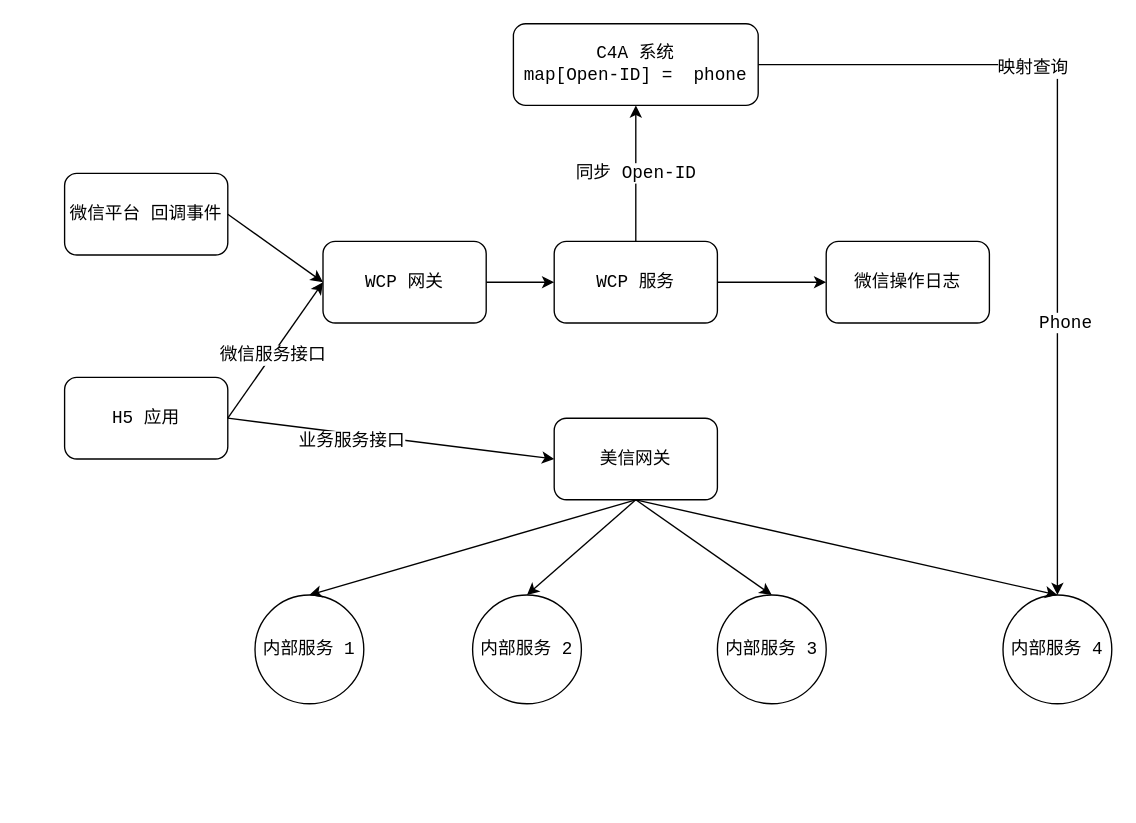
This is ai.drawio from ming3000/draw_io, a draw.io file, before an edit. Source tidied: cells renumbered, new cells numbered last; positions are measured from the earlier drawing's top-left corner, leaving out a move shared by most shapes. Both pictures are drawn from the tidied source at 136%, with x=0, y=0 at pixel (64, 23).
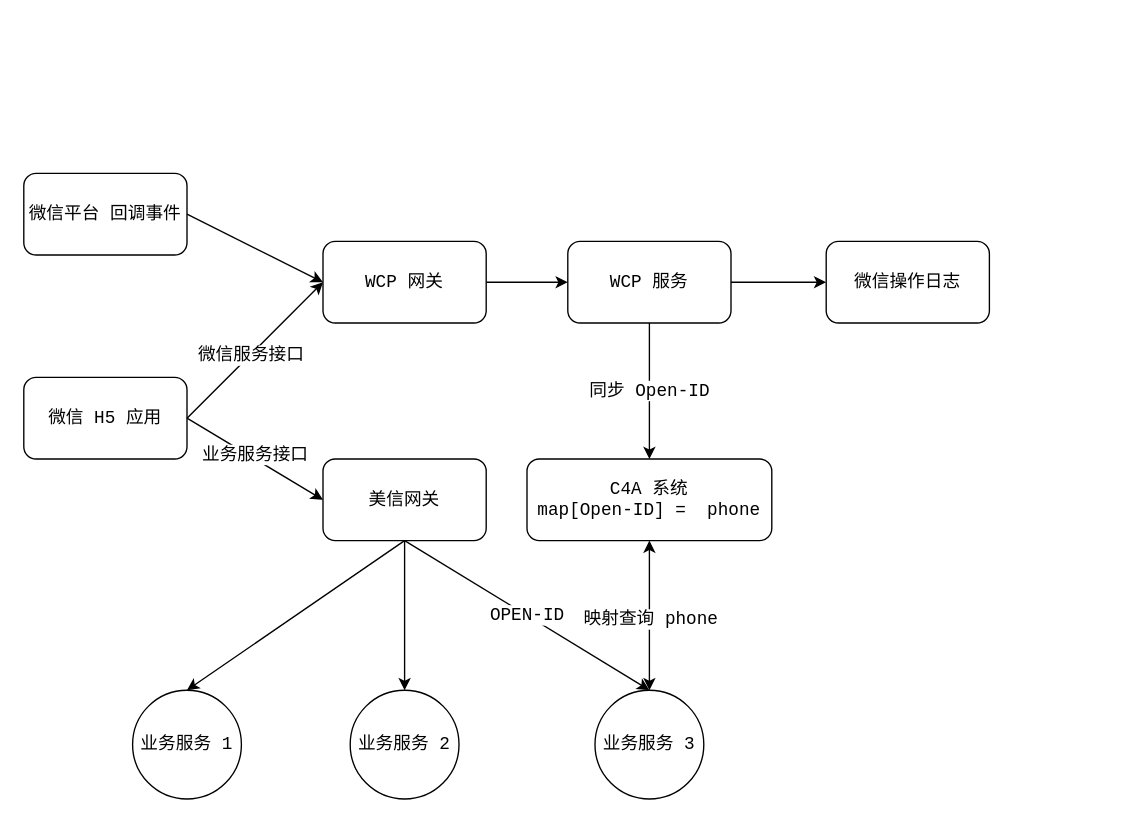
Above is the later version.

Unchanged cells that the change refers to:
```xml
<mxCell id="17" style="endArrow=classic;html=1;rounded=0;fontFamily=Courier New;exitX=1;exitY=0.5;exitDx=0;exitDy=0;entryX=0;entryY=0.5;entryDx=0;entryDy=0;fontSize=13;" parent="1" edge="1" source="13" target="6">
  <mxGeometry relative="1" as="geometry" />
</mxCell>
```

What changed in the source:
```diff
@@
     <mxCell id="2" value="微信平台 回调事件" style="rounded=1;whiteSpace=wrap;html=1;fontFamily=Courier New;fontSize=13;" parent="1" vertex="1">
-      <mxGeometry y="110" width="120" height="60" as="geometry" />
+      <mxGeometry x="-30" y="110" width="120" height="60" as="geometry" />
     </mxCell>
     <mxCell id="3" value="WCP 服务" style="rounded=1;whiteSpace=wrap;html=1;fontFamily=Courier New;fontSize=13;" parent="1" vertex="1">
-      <mxGeometry x="360" y="160" width="120" height="60" as="geometry" />
+      <mxGeometry x="370" y="160" width="120" height="60" as="geometry" />
     </mxCell>
@@
     <mxCell id="6" value="美信网关" style="rounded=1;whiteSpace=wrap;html=1;fontFamily=Courier New;fontSize=13;" parent="1" vertex="1">
-      <mxGeometry x="360" y="290" width="120" height="60" as="geometry" />
+      <mxGeometry x="190" y="320" width="120" height="60" as="geometry" />
     </mxCell>
-    <mxCell id="7" value="内部服务 1" style="ellipse;whiteSpace=wrap;html=1;fontFamily=Courier New;fontSize=13;" parent="1" vertex="1">
-      <mxGeometry x="140" y="420" width="80" height="80" as="geometry" />
+    <mxCell id="7" value="业务服务 1" style="ellipse;whiteSpace=wrap;html=1;fontFamily=Courier New;fontSize=13;" parent="1" vertex="1">
+      <mxGeometry x="50" y="490" width="80" height="80" as="geometry" />
     </mxCell>
-    <mxCell id="8" value="内部服务 2" style="ellipse;whiteSpace=wrap;html=1;fontFamily=Courier New;fontSize=13;" parent="1" vertex="1">
-      <mxGeometry x="300" y="420" width="80" height="80" as="geometry" />
+    <mxCell id="8" value="业务服务 2" style="ellipse;whiteSpace=wrap;html=1;fontFamily=Courier New;fontSize=13;" parent="1" vertex="1">
+      <mxGeometry x="210" y="490" width="80" height="80" as="geometry" />
     </mxCell>
-    <mxCell id="9" value="内部服务 3" style="ellipse;whiteSpace=wrap;html=1;fontFamily=Courier New;fontSize=13;" parent="1" vertex="1">
-      <mxGeometry x="480" y="420" width="80" height="80" as="geometry" />
-    </mxCell>
-    <mxCell id="10" style="endArrow=classic;html=1;rounded=0;fontFamily=Courier New;entryX=0.5;entryY=0;entryDx=0;entryDy=0;fontSize=13;" parent="1" edge="1" target="7">
-      <mxGeometry relative="1" as="geometry">
-        <mxPoint x="420" y="350" as="sourcePoint" />
-      </mxGeometry>
+    <mxCell id="10" style="endArrow=classic;html=1;rounded=0;fontFamily=Courier New;entryX=0.5;entryY=0;entryDx=0;entryDy=0;fontSize=13;exitX=0.5;exitY=1;exitDx=0;exitDy=0;" parent="1" edge="1" source="6" target="7">
+      <mxGeometry relative="1" as="geometry" />
     </mxCell>
-    <mxCell id="11" style="endArrow=classic;html=1;rounded=0;fontFamily=Courier New;exitX=0.5;exitY=1;exitDx=0;exitDy=0;entryX=0.5;entryY=0;entryDx=0;entryDy=0;fontSize=13;" parent="1" edge="1" source="6" target="8">
-      <mxGeometry relative="1" as="geometry" />
+    <mxCell id="11" style="endArrow=classic;html=1;rounded=0;fontFamily=Courier New;entryX=0.5;entryY=0;entryDx=0;entryDy=0;fontSize=13;" parent="1" edge="1" target="8">
+      <mxGeometry relative="1" as="geometry">
+        <mxPoint x="250" y="380" as="sourcePoint" />
+      </mxGeometry>
     </mxCell>
-    <mxCell id="12" style="endArrow=classic;html=1;rounded=0;fontFamily=Courier New;exitX=0.5;exitY=1;exitDx=0;exitDy=0;entryX=0.5;entryY=0;entryDx=0;entryDy=0;fontSize=13;" parent="1" edge="1" source="6" target="9">
-      <mxGeometry relative="1" as="geometry" />
-    </mxCell>
-    <mxCell id="13" value="H5 应用" style="rounded=1;whiteSpace=wrap;html=1;fontFamily=Courier New;fontSize=13;" parent="1" vertex="1">
-      <mxGeometry y="260" width="120" height="60" as="geometry" />
+    <mxCell id="13" value="微信 H5 应用" style="rounded=1;whiteSpace=wrap;html=1;fontFamily=Courier New;fontSize=13;" parent="1" vertex="1">
+      <mxGeometry x="-30" y="260" width="120" height="60" as="geometry" />
     </mxCell>
@@
     <mxCell id="18" value="业务服务接口" style="edgeLabel;html=1;align=center;verticalAlign=middle;fontFamily=Courier New;fontSize=13;" parent="17" vertex="1">
-      <mxGeometry x="-0.24" y="-5" relative="1" as="geometry" />
+      <mxGeometry x="-0.24" y="-5" relative="1" as="geometry">
+        <mxPoint x="14" as="offset" />
+      </mxGeometry>
     </mxCell>
@@
     <mxCell id="21" value="&lt;div&gt;C4A 系统&lt;/div&gt;&lt;div&gt;map[Open-ID] =&amp;nbsp; phone&lt;/div&gt;" style="rounded=1;whiteSpace=wrap;html=1;fontFamily=Courier New;fontSize=13;" parent="1" vertex="1">
-      <mxGeometry x="330" width="180" height="60" as="geometry" />
+      <mxGeometry x="340" y="320" width="180" height="60" as="geometry" />
     </mxCell>
-    <mxCell id="22" value="同步 Open-ID" style="endArrow=classic;html=1;rounded=0;fontFamily=Courier New;fontSize=13;exitX=0.5;exitY=0;exitDx=0;exitDy=0;entryX=0.5;entryY=1;entryDx=0;entryDy=0;" parent="1" edge="1" source="3" target="21">
+    <mxCell id="22" value="同步 Open-ID" style="endArrow=classic;html=1;rounded=0;fontFamily=Courier New;fontSize=13;entryX=0.5;entryY=0;entryDx=0;entryDy=0;exitX=0.5;exitY=1;exitDx=0;exitDy=0;" parent="1" edge="1" source="3" target="21">
       <mxGeometry relative="1" as="geometry" />
     </mxCell>
-    <mxCell id="23" value="内部服务 4" style="ellipse;whiteSpace=wrap;html=1;fontFamily=Courier New;fontSize=13;" parent="1" vertex="1">
-      <mxGeometry x="690" y="420" width="80" height="80" as="geometry" />
+    <mxCell id="23" value="业务服务 3" style="ellipse;whiteSpace=wrap;html=1;fontFamily=Courier New;fontSize=13;" parent="1" vertex="1">
+      <mxGeometry x="390" y="490" width="80" height="80" as="geometry" />
     </mxCell>
-    <mxCell id="24" style="endArrow=classic;html=1;rounded=0;fontFamily=Courier New;fontSize=13;exitX=1;exitY=0.5;exitDx=0;exitDy=0;entryX=0.5;entryY=0;entryDx=0;entryDy=0;" parent="1" edge="1" source="21" target="23">
-      <mxGeometry relative="1" as="geometry">
-        <Array as="points">
-          <mxPoint x="730" y="30" />
-        </Array>
-      </mxGeometry>
-    </mxCell>
-    <mxCell id="25" value="映射查询" style="edgeLabel;html=1;align=center;verticalAlign=middle;fontSize=13;fontFamily=Courier New;" parent="24" vertex="1">
-      <mxGeometry x="-0.34" y="-2" relative="1" as="geometry" />
-    </mxCell>
-    <mxCell id="26" value="Phone" style="edgeLabel;html=1;align=center;verticalAlign=middle;fontSize=13;fontFamily=Courier New;" parent="24" vertex="1">
-      <mxGeometry x="0.34" y="5" relative="1" as="geometry" />
-    </mxCell>
-    <mxCell id="27" style="endArrow=classic;html=1;rounded=0;fontFamily=Courier New;fontSize=13;exitX=0.5;exitY=1;exitDx=0;exitDy=0;entryX=0.5;entryY=0;entryDx=0;entryDy=0;" parent="1" edge="1" source="6" target="23">
+    <mxCell id="27" value="OPEN-ID" style="endArrow=classic;html=1;rounded=0;fontFamily=Courier New;fontSize=13;exitX=0.5;exitY=1;exitDx=0;exitDy=0;entryX=0.5;entryY=0;entryDx=0;entryDy=0;" parent="1" edge="1" source="6" target="23">
       <mxGeometry relative="1" as="geometry" />
     </mxCell>
+    <mxCell id="28" style="endArrow=classic;startArrow=classic;html=1;rounded=0;fontFamily=Courier New;fontSize=13;entryX=0.5;entryY=1;entryDx=0;entryDy=0;exitX=0.5;exitY=0;exitDx=0;exitDy=0;" parent="1" edge="1" source="23" target="21">
+      <mxGeometry relative="1" as="geometry" />
+    </mxCell>
+    <mxCell id="29" value="映射查询 phone" style="edgeLabel;html=1;align=center;verticalAlign=middle;fontSize=13;fontFamily=Courier New;" parent="28" vertex="1">
+      <mxGeometry x="-0.03" relative="1" as="geometry" />
+    </mxCell>
```
